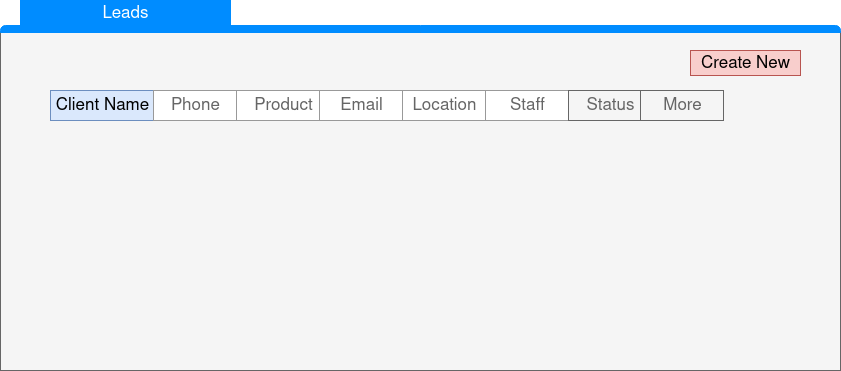
Above: Prime-client.drawio.png in PatrickNthiwa/umoja.draw.io (draw.io), before the change. Source tidied: cells renumbered, new cells last; positions are measured from the earlier drawing's top-left corner, leaving out a move shared by most shapes.
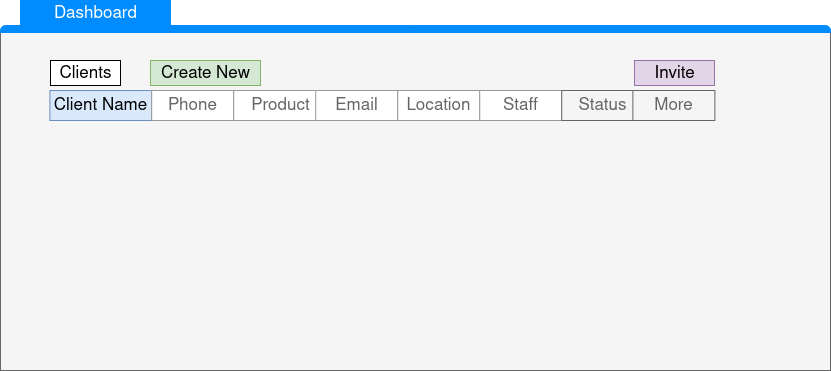
The same diagram one commit later.

What changed in the source:
```diff
@@ -3,49 +3,59 @@
     <mxCell id="0" />
     <mxCell id="1" parent="0" />
     <mxCell id="2" style="strokeWidth=1;shadow=0;dashed=0;align=center;html=1;shape=mxgraph.mockup.containers.marginRect2;rectMarginTop=32;strokeColor=#666666;fillColor=#f5f5f5;fontColor=#333333;" parent="1" vertex="1">
-      <mxGeometry width="840" height="370" as="geometry" />
+      <mxGeometry width="830" height="370" as="geometry" />
     </mxCell>
-    <mxCell id="3" value="Leads" style="strokeWidth=1;shadow=0;dashed=0;align=center;html=1;shape=mxgraph.mockup.containers.rrect;rSize=0;fontSize=17;fontColor=#ffffff;strokeColor=#008cff;fillColor=#008cff;" parent="2" vertex="1">
-      <mxGeometry width="210" height="25" relative="1" as="geometry">
+    <mxCell id="3" value="Dashboard" style="strokeWidth=1;shadow=0;dashed=0;align=center;html=1;shape=mxgraph.mockup.containers.rrect;rSize=0;fontSize=17;fontColor=#ffffff;strokeColor=#008cff;fillColor=#008cff;" parent="2" vertex="1">
+      <mxGeometry width="150" height="25" relative="1" as="geometry">
         <mxPoint x="20" as="offset" />
       </mxGeometry>
     </mxCell>
     <mxCell id="4" style="strokeWidth=1;shadow=0;dashed=0;align=center;html=1;shape=mxgraph.mockup.containers.topButton;rSize=5;strokeColor=#008cff;fillColor=#008cff;gradientColor=none;" parent="2" vertex="1">
-      <mxGeometry width="840" height="7" relative="1" as="geometry">
+      <mxGeometry width="830" height="7" relative="1" as="geometry">
         <mxPoint y="25" as="offset" />
       </mxGeometry>
     </mxCell>
-    <mxCell id="5" value="Create New" style="strokeWidth=1;shadow=0;dashed=0;align=center;html=1;shape=mxgraph.mockup.containers.rrect;rSize=0;fontSize=17;strokeColor=#b85450;fillColor=#f8cecc;" parent="2" vertex="1">
-      <mxGeometry width="110" height="25" relative="1" as="geometry">
-        <mxPoint x="690" y="50" as="offset" />
+    <mxCell id="5" value="Invite" style="strokeWidth=1;shadow=0;dashed=0;align=center;html=1;shape=mxgraph.mockup.containers.rrect;rSize=0;fontSize=17;strokeColor=#9673a6;fillColor=#e1d5e7;" parent="2" vertex="1">
+      <mxGeometry width="80" height="25" relative="1" as="geometry">
+        <mxPoint x="634" y="60" as="offset" />
       </mxGeometry>
     </mxCell>
     <mxCell id="6" style="strokeWidth=1;shadow=0;dashed=0;align=center;html=1;shape=mxgraph.mockup.forms.rrect;rSize=0;strokeColor=#999999;" parent="2" vertex="1">
-      <mxGeometry x="70" y="90" width="498" height="30" as="geometry" />
+      <mxGeometry x="69.2" y="90" width="492.1" height="30" as="geometry" />
     </mxCell>
     <mxCell id="7" value="Client Name" style="strokeColor=#6c8ebf;fillColor=#dae8fc;strokeWidth=1;shadow=0;dashed=0;align=center;html=1;shape=mxgraph.mockup.forms.rrect;rSize=0;fontSize=17;" parent="6" vertex="1">
-      <mxGeometry x="-20" width="103" height="30" as="geometry" />
+      <mxGeometry x="-19.8" width="101.8" height="30" as="geometry" />
     </mxCell>
     <mxCell id="8" value="Phone" style="strokeColor=inherit;fillColor=inherit;gradientColor=inherit;strokeWidth=1;shadow=0;dashed=0;align=center;html=1;shape=mxgraph.mockup.forms.rrect;rSize=0;fontSize=17;fontColor=#666666;" parent="6" vertex="1">
-      <mxGeometry x="83" width="83" height="30" as="geometry" />
+      <mxGeometry x="82" width="82" height="30" as="geometry" />
     </mxCell>
     <mxCell id="9" value="Product" style="strokeColor=inherit;fillColor=inherit;gradientColor=inherit;strokeWidth=1;shadow=0;dashed=0;align=center;html=1;shape=mxgraph.mockup.forms.rrect;rSize=0;fontSize=17;fontColor=#666666;" parent="6" vertex="1">
-      <mxGeometry x="166" width="94" height="30" as="geometry" />
+      <mxGeometry x="164" width="92.9" height="30" as="geometry" />
     </mxCell>
     <mxCell id="10" value="Email" style="strokeColor=inherit;fillColor=inherit;gradientColor=inherit;strokeWidth=1;shadow=0;dashed=0;align=center;html=1;shape=mxgraph.mockup.forms.rrect;rSize=0;fontSize=17;fontColor=#666666;" parent="6" vertex="1">
-      <mxGeometry x="249" width="83" height="30" as="geometry" />
+      <mxGeometry x="246" width="82" height="30" as="geometry" />
     </mxCell>
     <mxCell id="11" value="Location" style="strokeColor=inherit;fillColor=inherit;gradientColor=inherit;strokeWidth=1;shadow=0;dashed=0;align=center;html=1;shape=mxgraph.mockup.forms.rrect;rSize=0;fontSize=17;fontColor=#666666;" parent="6" vertex="1">
-      <mxGeometry x="332" width="83" height="30" as="geometry" />
+      <mxGeometry x="328" width="82" height="30" as="geometry" />
     </mxCell>
     <mxCell id="12" value="Staff" style="strokeColor=inherit;fillColor=inherit;gradientColor=inherit;strokeWidth=1;shadow=0;dashed=0;align=center;html=1;shape=mxgraph.mockup.forms.rrect;rSize=0;fontSize=17;fontColor=#666666;" parent="6" vertex="1">
-      <mxGeometry x="415" width="83" height="30" as="geometry" />
+      <mxGeometry x="410.1" width="82" height="30" as="geometry" />
     </mxCell>
     <mxCell id="13" value="Status" style="strokeColor=inherit;fillColor=inherit;gradientColor=inherit;strokeWidth=1;shadow=0;dashed=0;align=center;html=1;shape=mxgraph.mockup.forms.rrect;rSize=0;fontSize=17;fontColor=#666666;" parent="2" vertex="1">
-      <mxGeometry x="568" y="90" width="83" height="30" as="geometry" />
+      <mxGeometry x="561.2" y="90" width="82" height="30" as="geometry" />
     </mxCell>
     <mxCell id="14" value="More" style="strokeColor=inherit;fillColor=inherit;gradientColor=inherit;strokeWidth=1;shadow=0;dashed=0;align=center;html=1;shape=mxgraph.mockup.forms.rrect;rSize=0;fontSize=17;fontColor=#666666;" parent="2" vertex="1">
-      <mxGeometry x="640" y="90" width="83" height="30" as="geometry" />
+      <mxGeometry x="632.4" y="90" width="82" height="30" as="geometry" />
     </mxCell>
+    <mxCell id="15" value="Clients" style="strokeWidth=1;shadow=0;dashed=0;align=center;html=1;shape=mxgraph.mockup.containers.rrect;rSize=0;fontSize=17;" parent="2" vertex="1">
+      <mxGeometry width="70" height="25" relative="1" as="geometry">
+        <mxPoint x="50" y="60" as="offset" />
+      </mxGeometry>
+    </mxCell>
+    <mxCell id="16" value="Create New" style="strokeWidth=1;shadow=0;dashed=0;align=center;html=1;shape=mxgraph.mockup.containers.rrect;rSize=0;fontSize=17;strokeColor=#82b366;fillColor=#d5e8d4;" parent="2" vertex="1">
+      <mxGeometry width="110" height="25" relative="1" as="geometry">
+        <mxPoint x="150" y="60" as="offset" />
+      </mxGeometry>
+    </mxCell>
   </root>
 </mxGraphModel>
```
